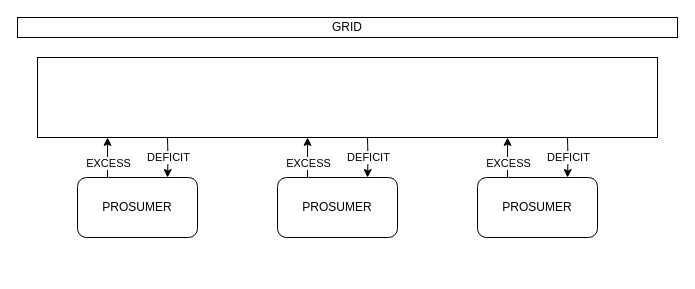
neethumaya/RoughWork keeps this draw.io diagram as multiuser.drawio. Above is the earlier version. Source tidied: cells renumbered, new cells numbered last; positions are measured from the earlier drawing's top-left corner, leaving out a move shared by most shapes. Both pictures are drawn from the tidied source at 100%, with x=0, y=0 at pixel (17, 17).
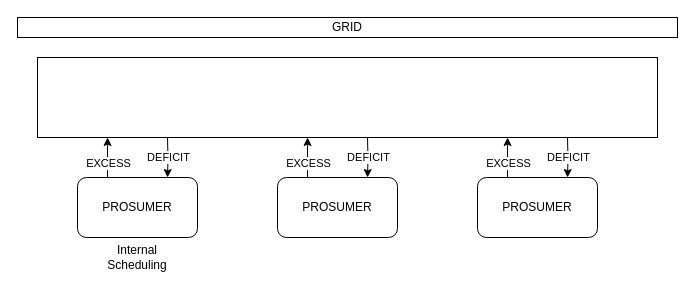
After the change.

The edit, as a diff of the source:
```diff
@@
+    <mxCell id="20" value="Internal Scheduling" style="text;html=1;strokeColor=none;fillColor=none;align=center;verticalAlign=middle;whiteSpace=wrap;rounded=0;" parent="1" vertex="1">
+      <mxGeometry x="100" y="230" width="40" height="20" as="geometry" />
+    </mxCell>
```
